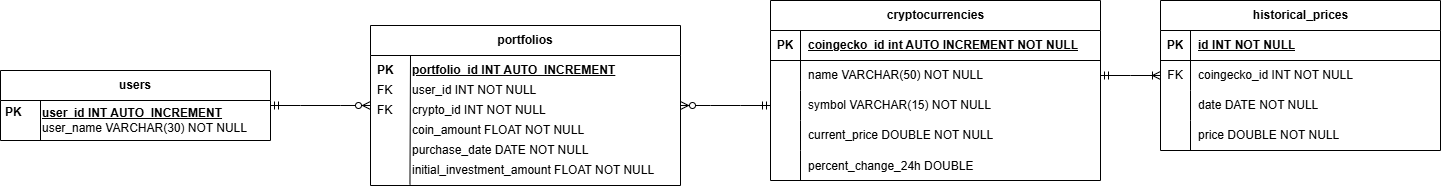
Before: ER_Diagram.png, a diagram exported from draw.io (noahcroghan/soft161_milestone_2). Source tidied: cells renumbered, new cells last; positions are measured from the earlier drawing's top-left corner, leaving out a move shared by most shapes.
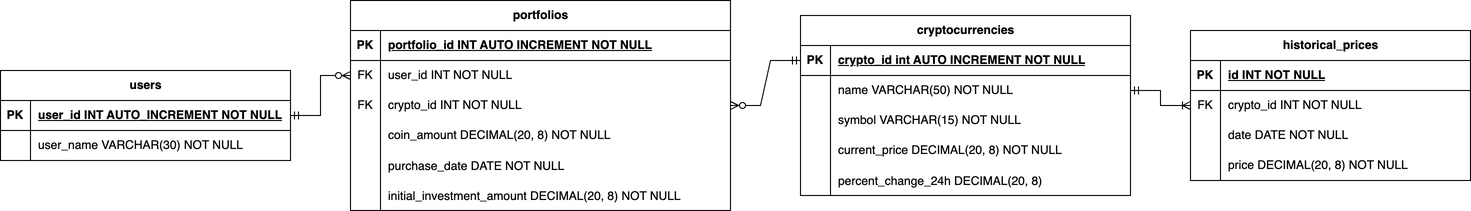
Later version of the same file.

Commit message:
Update ER Diagram to standardize table look, and make some changes to fields

The edit, as a diff of the source:
```diff
@@ -2,64 +2,14 @@
   <root>
     <mxCell id="0" />
     <mxCell id="1" parent="0" />
-    <mxCell id="2" value="users" style="swimlane;whiteSpace=wrap;html=1;startSize=30;" parent="1" vertex="1">
-      <mxGeometry y="70" width="270" height="70" as="geometry" />
-    </mxCell>
-    <mxCell id="3" value="&lt;b&gt;&lt;u&gt;user_id INT AUTO_INCREMENT&lt;/u&gt;&lt;/b&gt;&lt;div&gt;user_name VARCHAR(30) NOT NULL&lt;/div&gt;" style="text;html=1;align=left;verticalAlign=middle;strokeColor=none;fillColor=none;" parent="2" vertex="1">
-      <mxGeometry x="40" y="30" width="230" height="40" as="geometry" />
-    </mxCell>
-    <mxCell id="4" style="endArrow=none;html=1;rounded=0;" parent="2" edge="1">
-      <mxGeometry relative="1" as="geometry">
-        <mxPoint x="40" y="70" as="sourcePoint" />
-        <mxPoint x="40" y="30" as="targetPoint" />
-      </mxGeometry>
-    </mxCell>
-    <mxCell id="5" value="&lt;b&gt;PK&lt;/b&gt;" style="text;html=1;align=left;verticalAlign=middle;strokeColor=none;fillColor=none;" parent="2" vertex="1">
-      <mxGeometry x="3" y="27" width="40" height="30" as="geometry" />
-    </mxCell>
-    <mxCell id="6" value="portfolios" style="swimlane;whiteSpace=wrap;html=1;startSize=30;" parent="1" vertex="1">
-      <mxGeometry x="370" y="25" width="310" height="160" as="geometry" />
-    </mxCell>
-    <mxCell id="7" value="&lt;b&gt;&lt;u&gt;portfolio_id INT AUTO_INCREMENT&lt;/u&gt;&lt;/b&gt;" style="text;html=1;align=left;verticalAlign=middle;strokeColor=none;fillColor=none;" parent="6" vertex="1">
-      <mxGeometry x="40" y="30" width="230" height="30" as="geometry" />
-    </mxCell>
-    <mxCell id="8" style="endArrow=none;html=1;rounded=0;exitX=-0.002;exitY=0.973;exitDx=0;exitDy=0;exitPerimeter=0;" parent="6" edge="1" source="16">
-      <mxGeometry relative="1" as="geometry">
-        <mxPoint x="40" y="30" as="targetPoint" />
-      </mxGeometry>
-    </mxCell>
-    <mxCell id="9" value="&lt;b&gt;PK&lt;/b&gt;" style="text;html=1;align=left;verticalAlign=middle;strokeColor=none;fillColor=none;" parent="6" vertex="1">
-      <mxGeometry x="5" y="30" width="40" height="30" as="geometry" />
-    </mxCell>
-    <mxCell id="10" value="user_id INT NOT NULL" style="text;html=1;align=left;verticalAlign=middle;strokeColor=none;fillColor=none;" parent="6" vertex="1">
-      <mxGeometry x="40" y="50" width="150" height="30" as="geometry" />
-    </mxCell>
-    <mxCell id="11" value="crypto_id INT NOT NULL" style="text;html=1;align=left;verticalAlign=middle;strokeColor=none;fillColor=none;" parent="6" vertex="1">
-      <mxGeometry x="40" y="70" width="160" height="30" as="geometry" />
-    </mxCell>
-    <mxCell id="12" value="coin_amount FLOAT NOT NULL" style="text;html=1;align=left;verticalAlign=middle;strokeColor=none;fillColor=none;" parent="6" vertex="1">
-      <mxGeometry x="40" y="90" width="200" height="30" as="geometry" />
-    </mxCell>
-    <mxCell id="13" value="purchase_date DATE NOT NULL" style="text;html=1;align=left;verticalAlign=middle;strokeColor=none;fillColor=none;" parent="6" vertex="1">
-      <mxGeometry x="40" y="110" width="200" height="30" as="geometry" />
-    </mxCell>
-    <mxCell id="14" value="FK" style="text;html=1;align=left;verticalAlign=middle;strokeColor=none;fillColor=none;" parent="6" vertex="1">
-      <mxGeometry x="5" y="50" width="40" height="30" as="geometry" />
-    </mxCell>
-    <mxCell id="15" value="FK" style="text;html=1;align=left;verticalAlign=middle;strokeColor=none;fillColor=none;" parent="6" vertex="1">
-      <mxGeometry x="5" y="70" width="40" height="30" as="geometry" />
-    </mxCell>
-    <mxCell id="16" value="initial_investment_amount FLOAT NOT NULL" style="text;html=1;align=left;verticalAlign=middle;points=[];strokeColor=none;fillColor=none;" parent="6" vertex="1">
-      <mxGeometry x="40" y="130" width="270" height="30" as="geometry" />
-    </mxCell>
-    <mxCell id="17" style="edgeStyle=entityRelationEdgeStyle;fontSize=12;html=1;endArrow=ERzeroToMany;startArrow=ERmandOne;rounded=0;entryX=0;entryY=0.5;entryDx=0;entryDy=0;exitX=1;exitY=0.5;exitDx=0;exitDy=0;" parent="1" edge="1" source="2" target="6">
+    <mxCell id="17" style="edgeStyle=entityRelationEdgeStyle;fontSize=12;html=1;endArrow=ERzeroToMany;startArrow=ERmandOne;rounded=0;" parent="1" edge="1" source="64" target="52">
       <mxGeometry relative="1" as="geometry" />
     </mxCell>
-    <mxCell id="18" style="edgeStyle=entityRelationEdgeStyle;fontSize=12;html=1;endArrow=ERzeroToMany;startArrow=ERmandOne;rounded=0;entryX=1;entryY=0.5;entryDx=0;entryDy=0;exitX=0;exitY=0.5;exitDx=0;exitDy=0;" parent="1" edge="1" source="26" target="6">
+    <mxCell id="18" style="edgeStyle=entityRelationEdgeStyle;fontSize=12;html=1;endArrow=ERzeroToMany;startArrow=ERmandOne;rounded=0;" parent="1" edge="1" source="20" target="54">
       <mxGeometry relative="1" as="geometry" />
     </mxCell>
     <mxCell id="19" value="cryptocurrencies" style="shape=table;startSize=30;rowLines=0;fontStyle=1;align=center;html=1;" parent="1" vertex="1">
-      <mxGeometry x="770" width="330" height="180" as="geometry" />
+      <mxGeometry x="800" y="245" width="330" height="180" as="geometry" />
     </mxCell>
     <mxCell id="20" style="shape=tableRow;horizontal=0;startSize=0;swimlaneHead=0;swimlaneBody=0;fillColor=none;points=[[0,0.5],[1,0.5]];portConstraint=eastwest;top=0;left=0;right=0;bottom=1;" parent="19" vertex="1">
       <mxGeometry y="30" width="330" height="30" as="geometry" />
@@ -67,7 +17,7 @@
     <mxCell id="21" value="PK" style="shape=partialRectangle;fillColor=none;top=0;left=0;bottom=0;right=0;fontStyle=1;overflow=hidden;whiteSpace=wrap;html=1;" parent="20" vertex="1">
       <mxGeometry width="30" height="30" as="geometry" />
     </mxCell>
-    <mxCell id="22" value="coingecko_id int AUTO INCREMENT NOT NULL" style="shape=partialRectangle;fillColor=none;top=0;left=0;bottom=0;right=0;align=left;spacingLeft=6;fontStyle=5;overflow=hidden;whiteSpace=wrap;html=1;" parent="20" vertex="1">
+    <mxCell id="22" value="crypto_id int AUTO INCREMENT NOT NULL" style="shape=partialRectangle;fillColor=none;top=0;left=0;bottom=0;right=0;align=left;spacingLeft=6;fontStyle=5;overflow=hidden;whiteSpace=wrap;html=1;" parent="20" vertex="1">
       <mxGeometry x="30" width="300" height="30" as="geometry" />
     </mxCell>
     <mxCell id="23" style="shape=tableRow;horizontal=0;startSize=0;swimlaneHead=0;swimlaneBody=0;fillColor=none;points=[[0,0.5],[1,0.5]];portConstraint=eastwest;top=0;left=0;right=0;bottom=0;" parent="19" vertex="1">
@@ -94,7 +44,7 @@
     <mxCell id="30" style="shape=partialRectangle;fillColor=none;top=0;left=0;bottom=0;right=0;overflow=hidden;whiteSpace=wrap;html=1;" parent="29" vertex="1">
       <mxGeometry width="30" height="30" as="geometry" />
     </mxCell>
-    <mxCell id="31" value="current_price DOUBLE NOT NULL" style="shape=partialRectangle;fillColor=none;top=0;left=0;bottom=0;right=0;align=left;spacingLeft=6;overflow=hidden;whiteSpace=wrap;html=1;" parent="29" vertex="1">
+    <mxCell id="31" value="current_price DECIMAL(20, 8)&amp;nbsp;NOT NULL" style="shape=partialRectangle;fillColor=none;top=0;left=0;bottom=0;right=0;align=left;spacingLeft=6;overflow=hidden;whiteSpace=wrap;html=1;" parent="29" vertex="1">
       <mxGeometry x="30" width="300" height="30" as="geometry" />
     </mxCell>
     <mxCell id="32" style="shape=tableRow;horizontal=0;startSize=0;swimlaneHead=0;swimlaneBody=0;fillColor=none;top=0;left=0;right=0;bottom=0;" parent="19" vertex="1">
@@ -103,11 +53,11 @@
     <mxCell id="33" style="shape=partialRectangle;fillColor=none;top=0;left=0;bottom=0;right=0;overflow=hidden;" parent="32" vertex="1">
       <mxGeometry width="30" height="30" as="geometry" />
     </mxCell>
-    <mxCell id="34" value="percent_change_24h DOUBLE" style="shape=partialRectangle;fillColor=none;top=0;left=0;bottom=0;right=0;align=left;spacingLeft=6;overflow=hidden;" parent="32" vertex="1">
+    <mxCell id="34" value="percent_change_24h DECIMAL(20, 8)" style="shape=partialRectangle;fillColor=none;top=0;left=0;bottom=0;right=0;align=left;spacingLeft=6;overflow=hidden;" parent="32" vertex="1">
       <mxGeometry x="30" width="300" height="30" as="geometry" />
     </mxCell>
     <mxCell id="35" value="historical_prices" style="shape=table;startSize=30;rowLines=0;fontStyle=1;align=center;html=1;" parent="1" vertex="1">
-      <mxGeometry x="1160" width="280" height="150" as="geometry" />
+      <mxGeometry x="1190" y="260" width="280" height="150" as="geometry" />
     </mxCell>
     <mxCell id="36" style="shape=tableRow;horizontal=0;startSize=0;swimlaneHead=0;swimlaneBody=0;fillColor=none;top=0;left=0;right=0;bottom=1;" parent="35" vertex="1">
       <mxGeometry y="30" width="280" height="30" as="geometry" />
@@ -124,7 +74,7 @@
     <mxCell id="40" value="FK" style="shape=partialRectangle;fillColor=none;top=0;left=0;bottom=0;right=0;overflow=hidden;whiteSpace=wrap;html=1;" parent="39" vertex="1">
       <mxGeometry width="30" height="30" as="geometry" />
     </mxCell>
-    <mxCell id="41" value="coingecko_id INT NOT NULL" style="shape=partialRectangle;fillColor=none;top=0;left=0;bottom=0;right=0;align=left;spacingLeft=6;overflow=hidden;whiteSpace=wrap;html=1;" parent="39" vertex="1">
+    <mxCell id="41" value="crypto_id INT NOT NULL" style="shape=partialRectangle;fillColor=none;top=0;left=0;bottom=0;right=0;align=left;spacingLeft=6;overflow=hidden;whiteSpace=wrap;html=1;" parent="39" vertex="1">
       <mxGeometry x="30" width="250" height="30" as="geometry" />
     </mxCell>
     <mxCell id="42" style="shape=tableRow;horizontal=0;startSize=0;swimlaneHead=0;swimlaneBody=0;fillColor=none;top=0;left=0;right=0;bottom=0;" parent="35" vertex="1">
@@ -142,11 +92,89 @@
     <mxCell id="46" style="shape=partialRectangle;fillColor=none;top=0;left=0;bottom=0;right=0;overflow=hidden;whiteSpace=wrap;html=1;" parent="45" vertex="1">
       <mxGeometry width="30" height="30" as="geometry" />
     </mxCell>
-    <mxCell id="47" value="price DOUBLE NOT NULL" style="shape=partialRectangle;fillColor=none;top=0;left=0;bottom=0;right=0;align=left;spacingLeft=6;overflow=hidden;whiteSpace=wrap;html=1;" parent="45" vertex="1">
+    <mxCell id="47" value="price DECIMAL(20, 8)&amp;nbsp;NOT NULL" style="shape=partialRectangle;fillColor=none;top=0;left=0;bottom=0;right=0;align=left;spacingLeft=6;overflow=hidden;whiteSpace=wrap;html=1;" parent="45" vertex="1">
       <mxGeometry x="30" width="250" height="30" as="geometry" />
     </mxCell>
-    <mxCell id="48" style="edgeStyle=entityRelationEdgeStyle;fontSize=12;html=1;endArrow=ERoneToMany;startArrow=ERmandOne;rounded=0;exitX=1;exitY=0.5;exitDx=0;exitDy=0;entryX=0;entryY=0.5;entryDx=0;entryDy=0;" parent="1" edge="1" source="23" target="39">
+    <mxCell id="48" style="edgeStyle=entityRelationEdgeStyle;fontSize=12;html=1;endArrow=ERoneToMany;startArrow=ERmandOne;rounded=0;" parent="1" edge="1" source="23" target="39">
       <mxGeometry relative="1" as="geometry" />
     </mxCell>
+    <mxCell id="6" value="portfolios" style="shape=table;startSize=30;rowLines=0;fontStyle=1;align=center;html=1;" parent="1" vertex="1">
+      <mxGeometry x="350" y="230" width="380" height="210" as="geometry" />
+    </mxCell>
+    <mxCell id="49" style="shape=tableRow;horizontal=0;startSize=0;swimlaneHead=0;swimlaneBody=0;fillColor=none;top=0;left=0;right=0;bottom=1;" parent="6" vertex="1">
+      <mxGeometry y="30" width="380" height="30" as="geometry" />
+    </mxCell>
+    <mxCell id="50" value="PK" style="shape=partialRectangle;fillColor=none;top=0;left=0;bottom=0;right=0;fontStyle=1;overflow=hidden;whiteSpace=wrap;html=1;" parent="49" vertex="1">
+      <mxGeometry width="30" height="30" as="geometry" />
+    </mxCell>
+    <mxCell id="51" value="portfolio_id INT AUTO INCREMENT NOT NULL" style="shape=partialRectangle;fillColor=none;top=0;left=0;bottom=0;right=0;align=left;spacingLeft=6;fontStyle=5;overflow=hidden;whiteSpace=wrap;html=1;" parent="49" vertex="1">
+      <mxGeometry x="30" width="350" height="30" as="geometry" />
+    </mxCell>
+    <mxCell id="52" style="shape=tableRow;horizontal=0;startSize=0;swimlaneHead=0;swimlaneBody=0;fillColor=none;points=[[0,0.5],[1,0.5]];portConstraint=eastwest;top=0;left=0;right=0;bottom=0;" parent="6" vertex="1">
+      <mxGeometry y="60" width="380" height="30" as="geometry" />
+    </mxCell>
+    <mxCell id="53" value="FK" style="shape=partialRectangle;fillColor=none;top=0;left=0;bottom=0;right=0;overflow=hidden;whiteSpace=wrap;html=1;" parent="52" vertex="1">
+      <mxGeometry width="30" height="30" as="geometry" />
+    </mxCell>
+    <mxCell id="10" value="user_id INT NOT NULL" style="shape=partialRectangle;fillColor=none;top=0;left=0;bottom=0;right=0;align=left;spacingLeft=6;overflow=hidden;whiteSpace=wrap;html=1;" parent="52" vertex="1">
+      <mxGeometry x="30" width="350" height="30" as="geometry" />
+    </mxCell>
+    <mxCell id="54" style="shape=tableRow;horizontal=0;startSize=0;swimlaneHead=0;swimlaneBody=0;fillColor=none;points=[[0,0.5],[1,0.5]];portConstraint=eastwest;top=0;left=0;right=0;bottom=0;" parent="6" vertex="1">
+      <mxGeometry y="90" width="380" height="30" as="geometry" />
+    </mxCell>
+    <mxCell id="55" value="FK" style="shape=partialRectangle;fillColor=none;top=0;left=0;bottom=0;right=0;overflow=hidden;whiteSpace=wrap;html=1;" parent="54" vertex="1">
+      <mxGeometry width="30" height="30" as="geometry" />
+    </mxCell>
+    <mxCell id="11" value="crypto_id INT NOT NULL" style="shape=partialRectangle;fillColor=none;top=0;left=0;bottom=0;right=0;align=left;spacingLeft=6;overflow=hidden;whiteSpace=wrap;html=1;" parent="54" vertex="1">
+      <mxGeometry x="30" width="350" height="30" as="geometry" />
+    </mxCell>
+    <mxCell id="56" style="shape=tableRow;horizontal=0;startSize=0;swimlaneHead=0;swimlaneBody=0;fillColor=none;top=0;left=0;right=0;bottom=0;" parent="6" vertex="1">
+      <mxGeometry y="120" width="380" height="30" as="geometry" />
+    </mxCell>
+    <mxCell id="57" style="shape=partialRectangle;fillColor=none;top=0;left=0;bottom=0;right=0;overflow=hidden;whiteSpace=wrap;html=1;" parent="56" vertex="1">
+      <mxGeometry width="30" height="30" as="geometry" />
+    </mxCell>
+    <mxCell id="58" value="coin_amount DECIMAL(20, 8) NOT NULL" style="shape=partialRectangle;fillColor=none;top=0;left=0;bottom=0;right=0;align=left;spacingLeft=6;overflow=hidden;whiteSpace=wrap;html=1;" parent="56" vertex="1">
+      <mxGeometry x="30" width="350" height="30" as="geometry" />
+    </mxCell>
+    <mxCell id="59" style="shape=tableRow;horizontal=0;startSize=0;swimlaneHead=0;swimlaneBody=0;fillColor=none;top=0;left=0;right=0;bottom=0;" parent="6" vertex="1">
+      <mxGeometry y="150" width="380" height="30" as="geometry" />
+    </mxCell>
+    <mxCell id="60" style="shape=partialRectangle;fillColor=none;top=0;left=0;bottom=0;right=0;overflow=hidden;" parent="59" vertex="1">
+      <mxGeometry width="30" height="30" as="geometry" />
+    </mxCell>
+    <mxCell id="13" value="purchase_date DATE NOT NULL" style="shape=partialRectangle;fillColor=none;top=0;left=0;bottom=0;right=0;align=left;spacingLeft=6;overflow=hidden;" parent="59" vertex="1">
+      <mxGeometry x="30" width="350" height="30" as="geometry" />
+    </mxCell>
+    <mxCell id="61" style="shape=tableRow;horizontal=0;startSize=0;swimlaneHead=0;swimlaneBody=0;fillColor=none;top=0;left=0;right=0;bottom=0;" parent="6" vertex="1">
+      <mxGeometry y="180" width="380" height="30" as="geometry" />
+    </mxCell>
+    <mxCell id="62" style="shape=partialRectangle;fillColor=none;top=0;left=0;bottom=0;right=0;overflow=hidden;" parent="61" vertex="1">
+      <mxGeometry width="30" height="30" as="geometry" />
+    </mxCell>
+    <mxCell id="63" value="initial_investment_amount DECIMAL(20, 8) NOT NULL" style="shape=partialRectangle;fillColor=none;top=0;left=0;bottom=0;right=0;align=left;spacingLeft=6;overflow=hidden;" parent="61" vertex="1">
+      <mxGeometry x="30" width="350" height="30" as="geometry" />
+    </mxCell>
+    <mxCell id="2" value="users" style="shape=table;startSize=30;rowLines=0;fontStyle=1;align=center;html=1;" parent="1" vertex="1">
+      <mxGeometry y="300" width="290" height="90" as="geometry" />
+    </mxCell>
+    <mxCell id="64" style="shape=tableRow;horizontal=0;startSize=0;swimlaneHead=0;swimlaneBody=0;fillColor=none;points=[[0,0.5],[1,0.5]];portConstraint=eastwest;top=0;left=0;right=0;bottom=1;" parent="2" vertex="1">
+      <mxGeometry y="30" width="290" height="30" as="geometry" />
+    </mxCell>
+    <mxCell id="65" value="PK" style="shape=partialRectangle;fillColor=none;top=0;left=0;bottom=0;right=0;fontStyle=1;overflow=hidden;whiteSpace=wrap;html=1;" parent="64" vertex="1">
+      <mxGeometry width="30" height="30" as="geometry" />
+    </mxCell>
+    <mxCell id="66" value="user_id INT AUTO_INCREMENT NOT NULL" style="shape=partialRectangle;fillColor=none;top=0;left=0;bottom=0;right=0;align=left;spacingLeft=6;fontStyle=5;overflow=hidden;whiteSpace=wrap;html=1;" parent="64" vertex="1">
+      <mxGeometry x="30" width="260" height="30" as="geometry" />
+    </mxCell>
+    <mxCell id="67" style="shape=tableRow;horizontal=0;startSize=0;swimlaneHead=0;swimlaneBody=0;fillColor=none;top=0;left=0;right=0;bottom=0;" parent="2" vertex="1">
+      <mxGeometry y="60" width="290" height="30" as="geometry" />
+    </mxCell>
+    <mxCell id="68" style="shape=partialRectangle;fillColor=none;top=0;left=0;bottom=0;right=0;overflow=hidden;whiteSpace=wrap;html=1;" parent="67" vertex="1">
+      <mxGeometry width="30" height="30" as="geometry" />
+    </mxCell>
+    <mxCell id="69" value="user_name VARCHAR(30) NOT NULL" style="shape=partialRectangle;fillColor=none;top=0;left=0;bottom=0;right=0;align=left;spacingLeft=6;overflow=hidden;whiteSpace=wrap;html=1;" parent="67" vertex="1">
+      <mxGeometry x="30" width="260" height="30" as="geometry" />
+    </mxCell>
   </root>
 </mxGraphModel>
```
